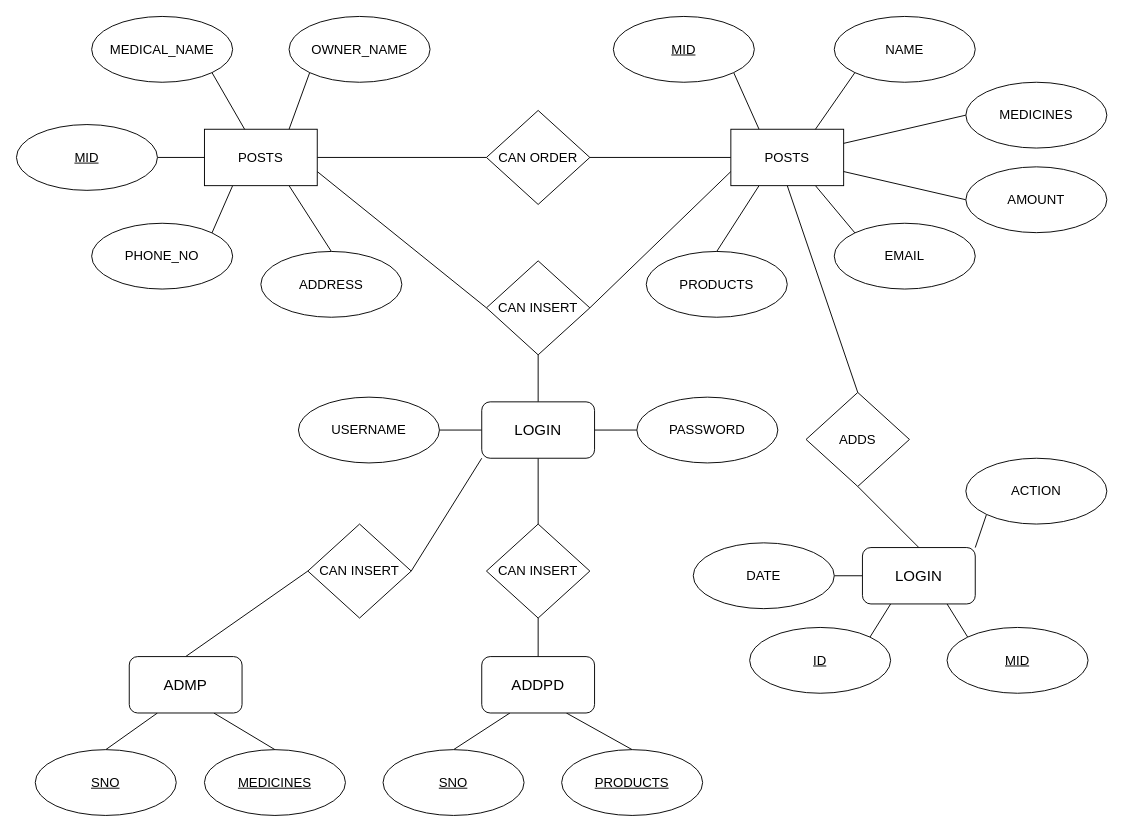
Akp-arvind/dbms_mini_project_medical keeps this draw.io diagram as Er.drawio. Above is the earlier version. Source tidied: cells renumbered, new cells numbered last; positions are measured from the earlier drawing's top-left corner, leaving out a move shared by most shapes. Both pictures are drawn from the tidied source at 94%, with x=0, y=0 at pixel (16, 16).
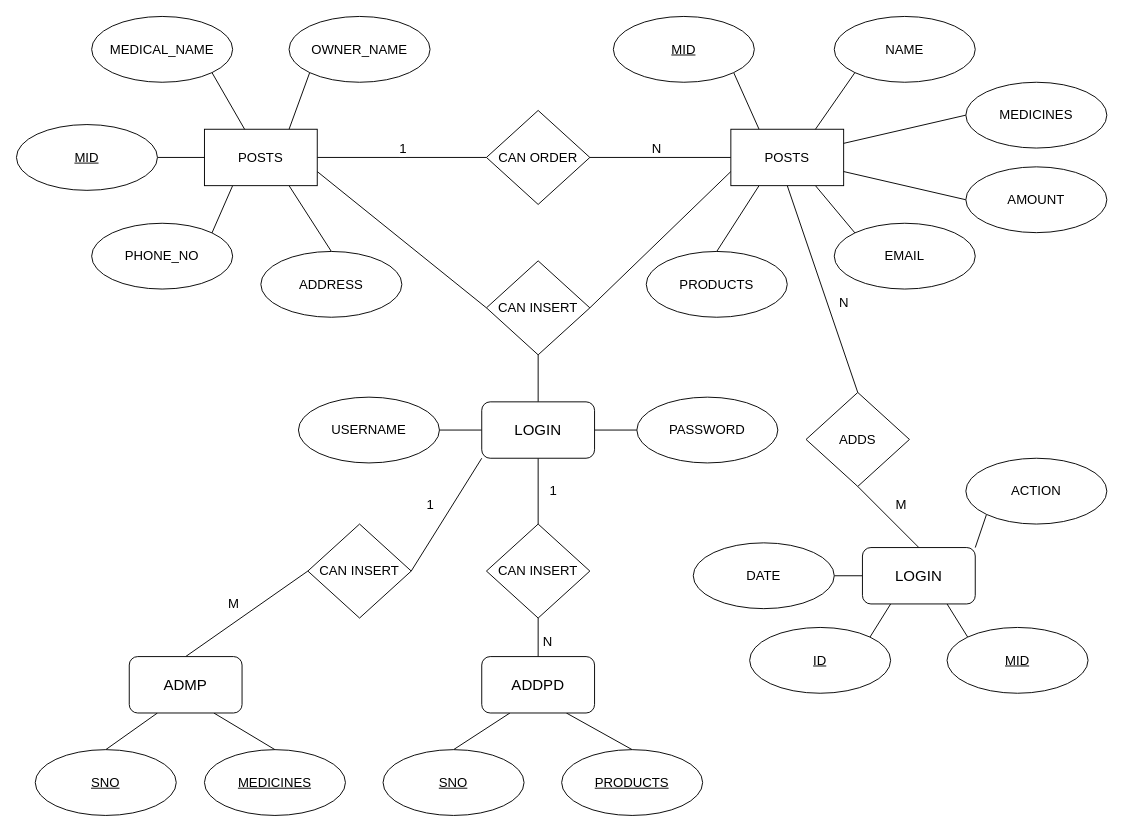
The same page after the edit.

The change refers to these unchanged cells:
```xml
<mxCell id="2" style="edgeStyle=none;html=1;entryX=0;entryY=0.5;entryDx=0;entryDy=0;fontSize=14;endArrow=none;endFill=0;" parent="1" edge="1" source="7" target="16">
  <mxGeometry relative="1" as="geometry" />
</mxCell>
<mxCell id="23" style="edgeStyle=none;html=1;exitX=0.5;exitY=1;exitDx=0;exitDy=0;entryX=0.5;entryY=0;entryDx=0;entryDy=0;fontSize=14;endArrow=none;endFill=0;" parent="1" edge="1" source="27" target="40">
  <mxGeometry relative="1" as="geometry" />
</mxCell>
<mxCell id="39" style="edgeStyle=none;html=1;exitX=0.5;exitY=1;exitDx=0;exitDy=0;entryX=0.5;entryY=0;entryDx=0;entryDy=0;fontSize=14;endArrow=none;endFill=0;" parent="1" edge="1" source="40" target="38">
  <mxGeometry relative="1" as="geometry" />
</mxCell>
<mxCell id="47" style="edgeStyle=none;html=1;exitX=0;exitY=1;exitDx=0;exitDy=0;entryX=1;entryY=0.5;entryDx=0;entryDy=0;fontSize=14;endArrow=none;endFill=0;" parent="1" edge="1" source="49" target="55">
  <mxGeometry relative="1" as="geometry" />
</mxCell>
<mxCell id="48" style="edgeStyle=none;html=1;exitX=0.5;exitY=1;exitDx=0;exitDy=0;entryX=0.5;entryY=0;entryDx=0;entryDy=0;fontSize=14;endArrow=none;endFill=0;" parent="1" edge="1" source="49" target="53">
  <mxGeometry relative="1" as="geometry" />
</mxCell>
<mxCell id="54" style="edgeStyle=none;html=1;exitX=0;exitY=0.5;exitDx=0;exitDy=0;entryX=0.5;entryY=0;entryDx=0;entryDy=0;fontSize=14;endArrow=none;endFill=0;" parent="1" edge="1" source="55" target="63">
  <mxGeometry relative="1" as="geometry" />
</mxCell>
```

Diff of the diagram source:
```diff
@@
+    <mxCell id="66" value="1" style="edgeLabel;html=1;align=center;verticalAlign=middle;fontSize=14;" parent="2" vertex="1">
+      <mxGeometry x="-0.1" y="1" relative="1" as="geometry">
+        <mxPoint x="9" y="-9" as="offset" />
+      </mxGeometry>
+    </mxCell>
+    <mxCell id="67" value="N" style="edgeLabel;html=1;align=center;verticalAlign=middle;fontSize=14;" parent="2" vertex="1">
+      <mxGeometry x="-0.1" y="1" relative="1" as="geometry">
+        <mxPoint x="279" y="-9" as="offset" />
+      </mxGeometry>
+    </mxCell>
@@
+    <mxCell id="68" value="N" style="edgeLabel;html=1;align=center;verticalAlign=middle;fontSize=14;" parent="23" vertex="1">
+      <mxGeometry x="0.13" y="-2" relative="1" as="geometry">
+        <mxPoint x="19" as="offset" />
+      </mxGeometry>
+    </mxCell>
@@
+    <mxCell id="69" value="M" style="edgeLabel;html=1;align=center;verticalAlign=middle;fontSize=14;" parent="39" vertex="1">
+      <mxGeometry x="0.24" y="1" relative="1" as="geometry">
+        <mxPoint x="4" y="-20" as="offset" />
+      </mxGeometry>
+    </mxCell>
@@
+    <mxCell id="70" value="1" style="edgeLabel;html=1;align=center;verticalAlign=middle;fontSize=14;" parent="47" vertex="1">
+      <mxGeometry x="0.16" y="-3" relative="1" as="geometry">
+        <mxPoint x="-9" y="-18" as="offset" />
+      </mxGeometry>
+    </mxCell>
@@
+    <mxCell id="71" value="1" style="edgeLabel;html=1;align=center;verticalAlign=middle;fontSize=14;" parent="48" vertex="1">
+      <mxGeometry x="-0.28" y="-1" relative="1" as="geometry">
+        <mxPoint x="16" y="9" as="offset" />
+      </mxGeometry>
+    </mxCell>
@@
+    <mxCell id="72" value="M" style="edgeLabel;html=1;align=center;verticalAlign=middle;fontSize=14;" parent="54" vertex="1">
+      <mxGeometry x="-0.14" y="1" relative="1" as="geometry">
+        <mxPoint x="-24" y="-5" as="offset" />
+      </mxGeometry>
+    </mxCell>
@@
+    <mxCell id="73" value="N" style="text;html=1;align=center;verticalAlign=middle;strokeColor=none;fillColor=none;fontSize=14;" parent="1" vertex="1">
+      <mxGeometry x="550" y="650" width="30" height="30" as="geometry" />
+    </mxCell>
```
